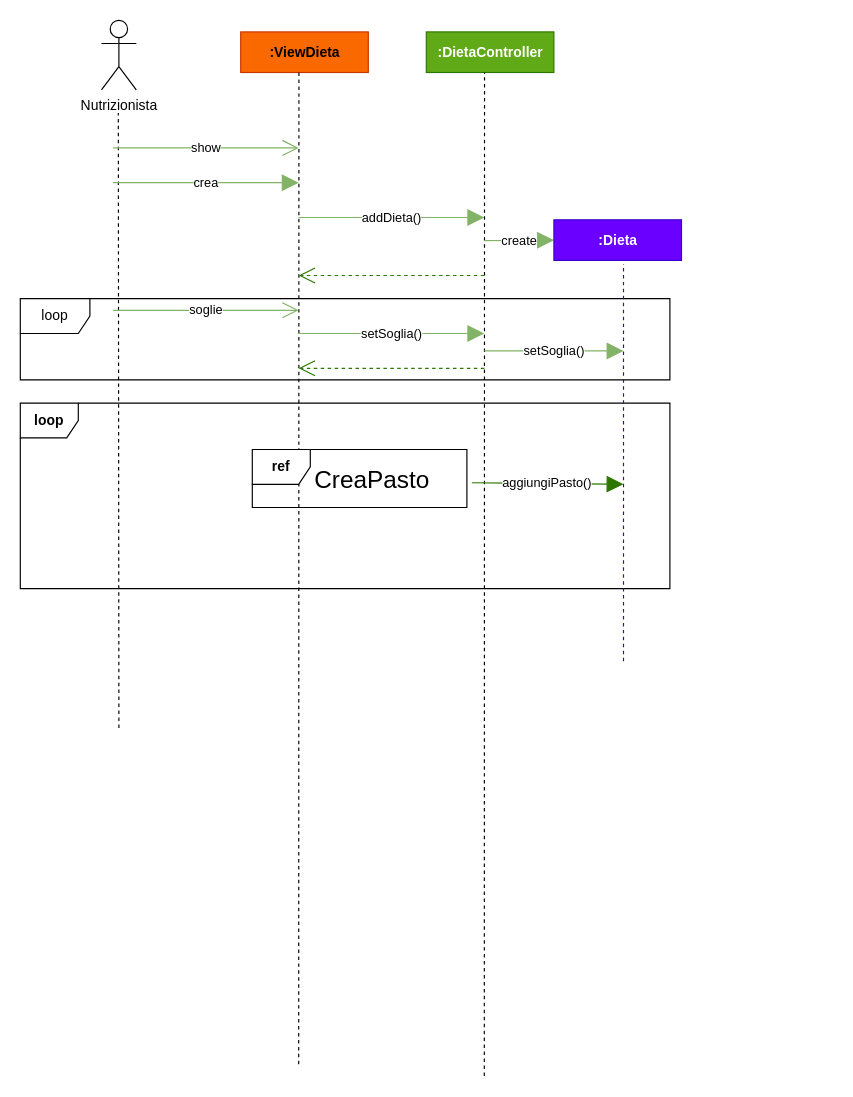
This is Interazioni/interazioneDietaDettagliato.drawio from DeborohNoah/IngSoft, a draw.io file, before an edit. Source tidied: cells renumbered, new cells numbered last; positions are measured from the earlier drawing's top-left corner, leaving out a move shared by most shapes. Both pictures are drawn from the tidied source at 116%, with x=0, y=0 at pixel (20, 20).
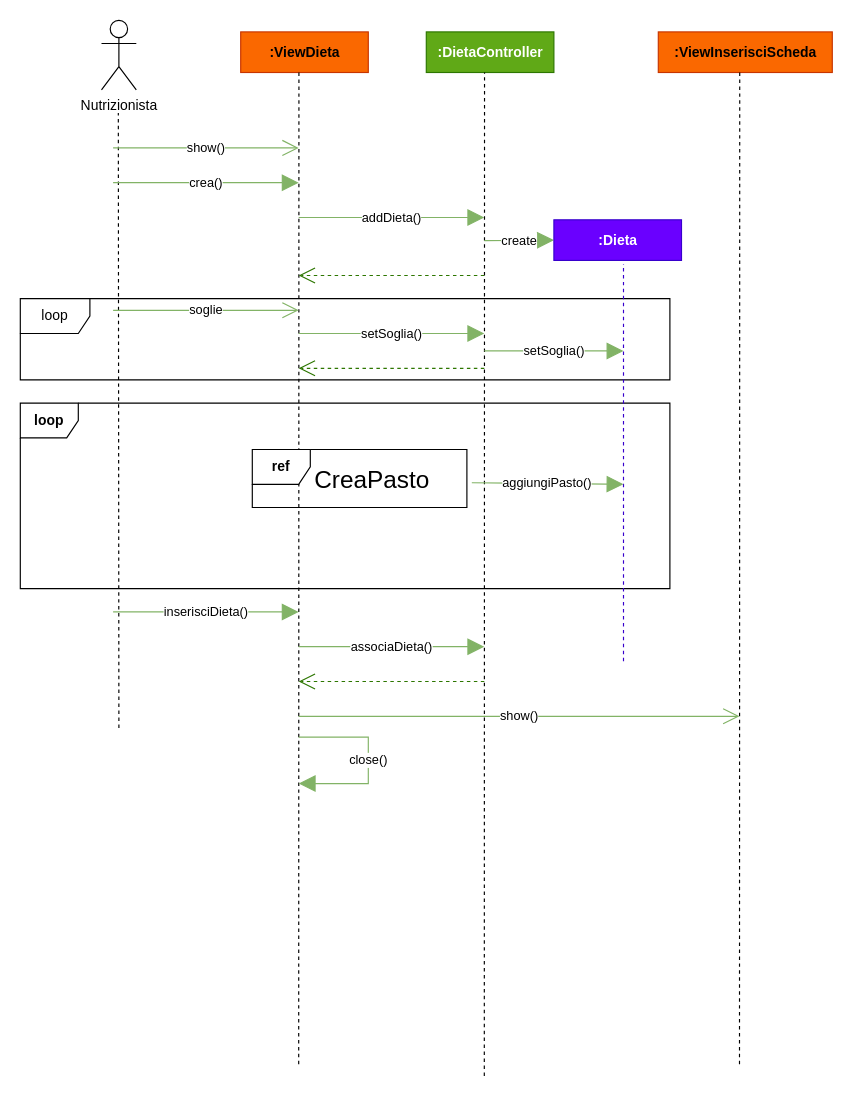
Above is the later version.

Commit message (it also covers changes not shown here):
altre interazioni

Unchanged cells that the change refers to:
```xml
<mxCell id="22" value="ref" style="shape=umlFrame;whiteSpace=wrap;html=1;fontStyle=1;width=50;height=30;" parent="21" vertex="1">
  <mxGeometry width="185" height="50" as="geometry" />
</mxCell>
```

Diff of the diagram source:
```diff
@@
-    <mxCell id="8" value="show" style="endArrow=open;endSize=12;html=1;rounded=0;fillColor=#d5e8d4;gradientColor=#97d077;strokeColor=#82b366;" parent="1" edge="1">
+    <mxCell id="8" value="show()" style="endArrow=open;endSize=12;html=1;rounded=0;fillColor=#d5e8d4;gradientColor=#97d077;strokeColor=#82b366;" parent="1" edge="1">
       <mxGeometry relative="1" as="geometry">
         <mxPoint x="80" y="110" as="sourcePoint" />
         <mxPoint x="240" y="110" as="targetPoint" />
       </mxGeometry>
     </mxCell>
-    <mxCell id="9" value="crea" style="endArrow=block;endSize=12;html=1;rounded=0;fillColor=#d5e8d4;gradientColor=#97d077;strokeColor=#82b366;endFill=1;" parent="1" edge="1">
+    <mxCell id="9" value="crea()" style="endArrow=block;endSize=12;html=1;rounded=0;fillColor=#d5e8d4;gradientColor=#97d077;strokeColor=#82b366;endFill=1;" parent="1" edge="1">
       <mxGeometry relative="1" as="geometry">
         <mxPoint x="80" y="140" as="sourcePoint" />
         <mxPoint x="240" y="140" as="targetPoint" />
       </mxGeometry>
     </mxCell>
@@
-    <mxCell id="24" value="&lt;font style=&quot;font-size: 11px;&quot;&gt;aggiungiPasto()&lt;/font&gt;" style="endArrow=block;endFill=1;endSize=12;html=1;rounded=0;fillColor=#60a917;strokeColor=#2D7600;exitX=1.023;exitY=0.573;exitDx=0;exitDy=0;exitPerimeter=0;" parent="1" edge="1" source="22">
+    <mxCell id="24" value="&lt;font style=&quot;font-size: 11px;&quot;&gt;aggiungiPasto()&lt;/font&gt;" style="endArrow=block;endFill=1;endSize=12;html=1;rounded=0;fillColor=#60a917;strokeColor=#82B366;exitX=1.023;exitY=0.573;exitDx=0;exitDy=0;exitPerimeter=0;" parent="1" edge="1" source="22">
       <mxGeometry relative="1" as="geometry">
         <mxPoint x="520" y="400" as="targetPoint" />
       </mxGeometry>
     </mxCell>
+    <mxCell id="25" value="&lt;b&gt;:ViewInserisciScheda&lt;/b&gt;" style="html=1;fillColor=#fa6800;fontColor=#000000;strokeColor=#C73500;" parent="1" vertex="1">
+      <mxGeometry x="550" y="10" width="150" height="35" as="geometry" />
+    </mxCell>
+    <mxCell id="26" style="endArrow=none;html=1;rounded=0;dashed=1;" parent="1" edge="1">
+      <mxGeometry relative="1" as="geometry">
+        <mxPoint x="620" y="900" as="sourcePoint" />
+        <mxPoint x="620.2" y="45" as="targetPoint" />
+      </mxGeometry>
+    </mxCell>
+    <mxCell id="27" value="show()" style="endArrow=open;endSize=12;html=1;rounded=0;fillColor=#d5e8d4;gradientColor=#97d077;strokeColor=#82b366;" parent="1" edge="1">
+      <mxGeometry relative="1" as="geometry">
+        <mxPoint x="240" y="600" as="sourcePoint" />
+        <mxPoint x="620" y="600" as="targetPoint" />
+      </mxGeometry>
+    </mxCell>
+    <mxCell id="28" value="inserisciDieta()" style="endArrow=block;endSize=12;html=1;rounded=0;fillColor=#d5e8d4;gradientColor=#97d077;strokeColor=#82b366;endFill=1;" parent="1" edge="1">
+      <mxGeometry relative="1" as="geometry">
+        <mxPoint x="80" y="510" as="sourcePoint" />
+        <mxPoint x="240" y="510" as="targetPoint" />
+      </mxGeometry>
+    </mxCell>
+    <mxCell id="29" value="close()" style="endArrow=block;endFill=1;endSize=12;html=1;rounded=0;fillColor=#60a917;strokeColor=#82B366;" parent="1" edge="1">
+      <mxGeometry relative="1" as="geometry">
+        <mxPoint x="240" y="618" as="sourcePoint" />
+        <mxPoint x="240" y="658" as="targetPoint" />
+        <Array as="points">
+          <mxPoint x="300" y="618" />
+          <mxPoint x="300" y="658" />
+          <mxPoint x="270" y="658" />
+        </Array>
+      </mxGeometry>
+    </mxCell>
+    <mxCell id="30" value="associaDieta()" style="endArrow=block;endSize=12;html=1;rounded=0;fillColor=#d5e8d4;gradientColor=#97d077;strokeColor=#82b366;endFill=1;" parent="1" edge="1">
+      <mxGeometry relative="1" as="geometry">
+        <mxPoint x="240" y="540" as="sourcePoint" />
+        <mxPoint x="400" y="540" as="targetPoint" />
+      </mxGeometry>
+    </mxCell>
+    <mxCell id="31" style="endArrow=open;endFill=1;endSize=12;html=1;rounded=0;fillColor=#60a917;strokeColor=#2D7600;dashed=1;" parent="1" edge="1">
+      <mxGeometry relative="1" as="geometry">
+        <mxPoint x="400" y="570" as="sourcePoint" />
+        <mxPoint x="240" y="570" as="targetPoint" />
+      </mxGeometry>
+    </mxCell>
```
